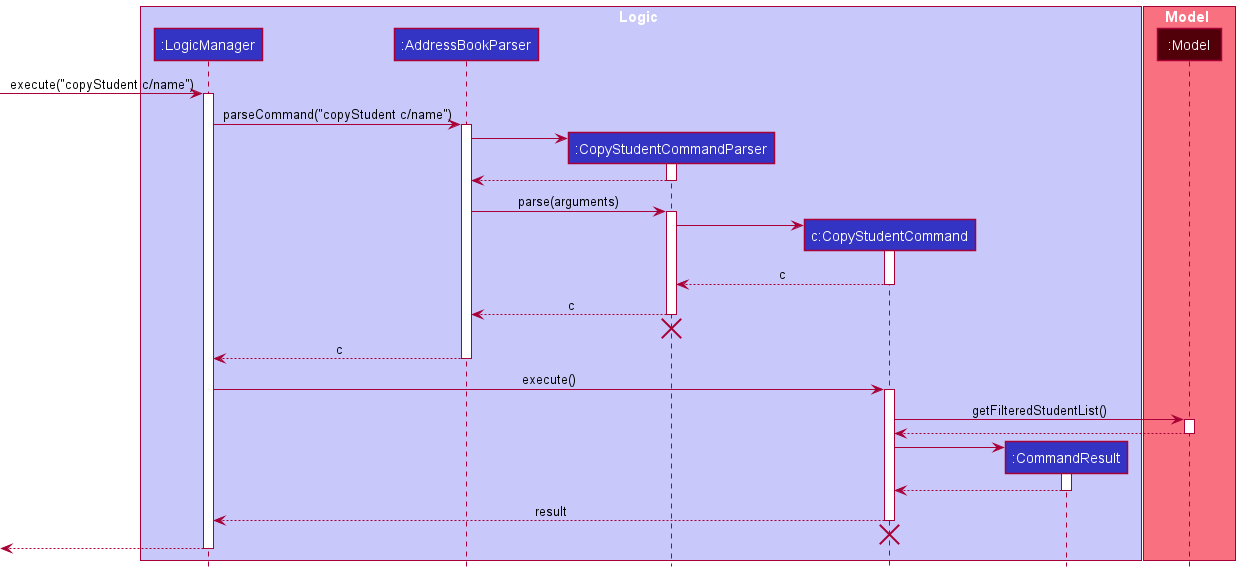
Before: docs/images/CopySequenceDiagram.png, a diagram exported from PlantUML (random689/tp).
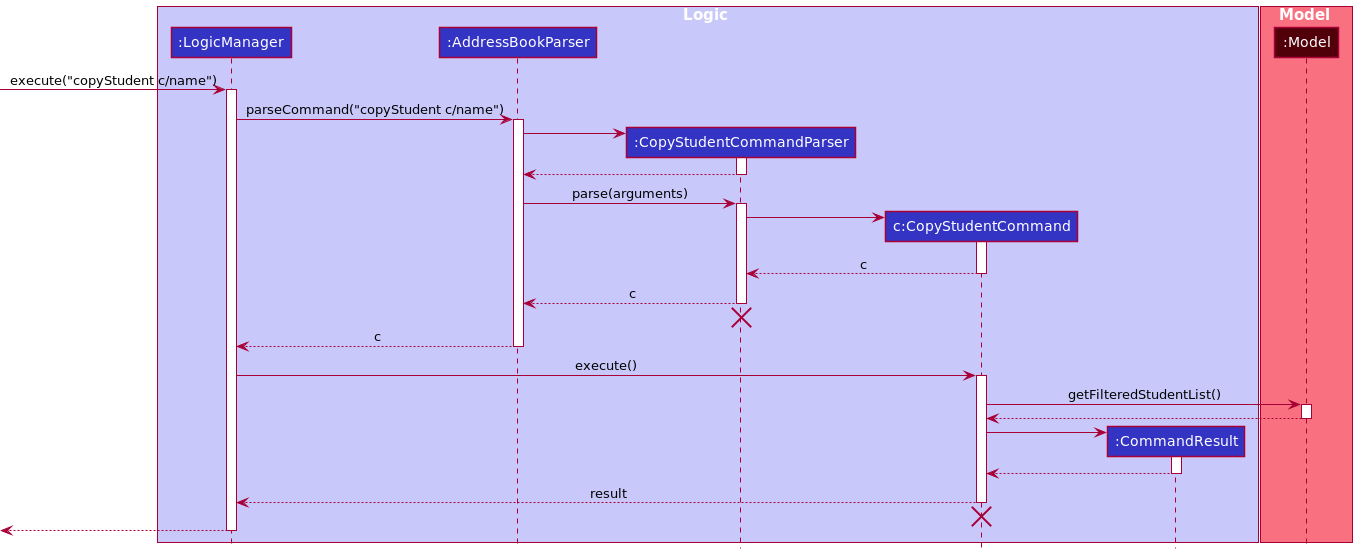
After the commit.

Commit message:
Made sequence diagrams more consistent

Change to the diagram source:
```diff
@@ -1,5 +1,5 @@
 @startuml
-!include Style.puml
+!include style.puml
 
 box Logic LOGIC_COLOR_T1
 participant ":LogicManager" as LogicManager LOGIC_COLOR
```
